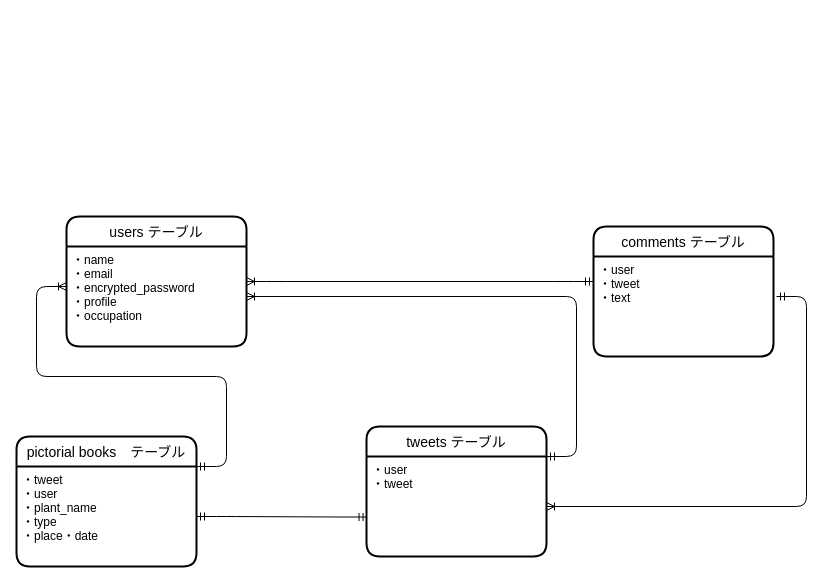
Above: succulent_table.dio in riko38407/succulent_tweet (draw.io), before the change. Source tidied: cells renumbered, new cells numbered last; positions are measured from the earlier drawing's top-left corner, leaving out a move shared by most shapes. Both pictures are drawn from the tidied source at 100%, with x=0, y=0 at pixel (16, 216).
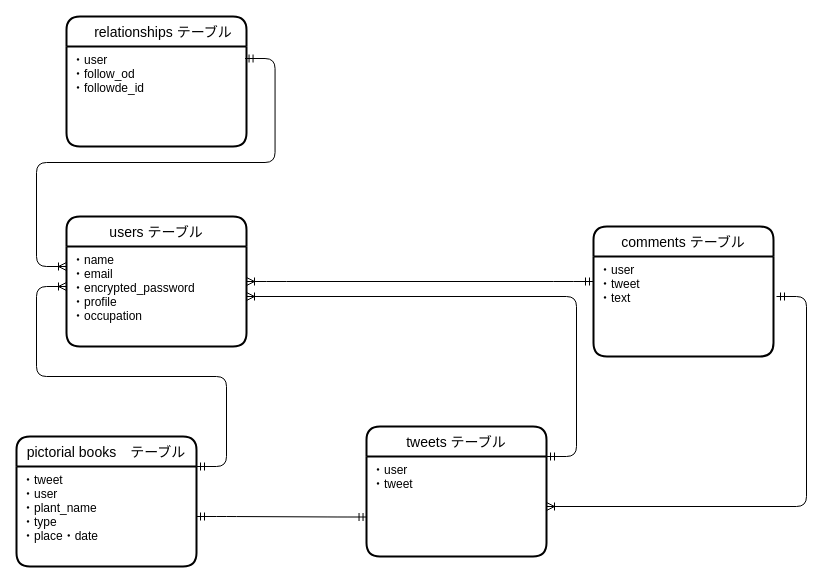
After the change.

Commit message (it also covers changes not shown here):
relationship テーブル記述

Diff of the diagram source:
```diff
@@
+    <mxCell id="15" value="　relationships テーブル" style="swimlane;horizontal=1;startSize=30;rounded=1;fontSize=14;fontStyle=0;strokeWidth=2;shadow=0;dashed=0;align=center;" parent="1" vertex="1">
+      <mxGeometry x="50" y="-200" width="180" height="130" as="geometry" />
+    </mxCell>
+    <mxCell id="16" value="・user&#10;・follow_od&#10;・followde_id" style="align=left;strokeColor=none;fillColor=none;spacingLeft=4;fontSize=12;verticalAlign=top;" parent="15" vertex="1">
+      <mxGeometry y="30" width="180" height="100" as="geometry" />
+    </mxCell>
+    <mxCell id="17" style="edgeStyle=entityRelationEdgeStyle;fontSize=12;html=1;endArrow=ERoneToMany;startArrow=ERmandOne;exitX=0.992;exitY=0.12;exitDx=0;exitDy=0;exitPerimeter=0;" parent="1" edge="1" source="16">
+      <mxGeometry relative="1" as="geometry">
+        <mxPoint x="50" y="50" as="targetPoint" />
+      </mxGeometry>
+    </mxCell>
```
